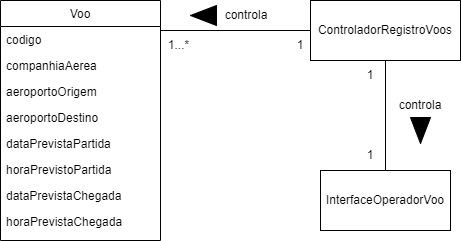
Earlier version of the draw.io export docs/images/diagrama_classes_cadastrar.png (franos-pj/PCS3643-Grupo7). Source tidied: cells renumbered, new cells last; positions are measured from the earlier drawing's top-left corner, leaving out a move shared by most shapes. The source it was exported from:
```xml
<mxGraphModel>
  <root>
    <mxCell id="0" />
    <mxCell id="1" parent="0" />
    <mxCell id="2" value="Voo" style="swimlane;fontStyle=0;align=center;verticalAlign=top;horizontal=1;startSize=26;rounded=0;shadow=0;strokeWidth=1;" parent="1" vertex="1">
      <mxGeometry width="160" height="240" as="geometry" />
    </mxCell>
    <mxCell id="3" value="codigo" style="text;align=left;verticalAlign=top;spacingLeft=4;spacingRight=4;overflow=hidden;" parent="2" vertex="1">
      <mxGeometry y="26" width="160" height="26" as="geometry" />
    </mxCell>
    <mxCell id="4" value="companhiaAerea" style="text;align=left;verticalAlign=top;spacingLeft=4;spacingRight=4;overflow=hidden;points=[[0,0.5],[1,0.5]];portConstraint=eastwest;" parent="2" vertex="1">
      <mxGeometry y="52" width="160" height="26" as="geometry" />
    </mxCell>
    <mxCell id="5" value="aeroportoOrigem" style="text;align=left;verticalAlign=top;spacingLeft=4;spacingRight=4;overflow=hidden;" parent="2" vertex="1">
      <mxGeometry y="78" width="160" height="26" as="geometry" />
    </mxCell>
    <mxCell id="6" value="aeroportoDestino" style="text;align=left;verticalAlign=top;spacingLeft=4;spacingRight=4;overflow=hidden;" parent="2" vertex="1">
      <mxGeometry y="104" width="160" height="26" as="geometry" />
    </mxCell>
    <mxCell id="7" value="dataPrevistaPartida" style="text;align=left;verticalAlign=top;spacingLeft=4;spacingRight=4;overflow=hidden;" parent="2" vertex="1">
      <mxGeometry y="130" width="160" height="26" as="geometry" />
    </mxCell>
    <mxCell id="8" value="horaPrevistoPartida" style="text;align=left;verticalAlign=top;spacingLeft=4;spacingRight=4;overflow=hidden;" parent="2" vertex="1">
      <mxGeometry y="156" width="160" height="26" as="geometry" />
    </mxCell>
    <mxCell id="9" value="dataPrevistaChegada" style="text;align=left;verticalAlign=top;spacingLeft=4;spacingRight=4;overflow=hidden;points=[[0,0.5],[1,0.5]];portConstraint=eastwest;" parent="2" vertex="1">
      <mxGeometry y="182" width="160" height="26" as="geometry" />
    </mxCell>
    <mxCell id="10" value="horaPrevistaChegada" style="text;align=left;verticalAlign=top;spacingLeft=4;spacingRight=4;overflow=hidden;" parent="2" vertex="1">
      <mxGeometry y="208" width="160" height="26" as="geometry" />
    </mxCell>
    <mxCell id="11" value="InterfaceOperadorVoo" style="rounded=0;whiteSpace=wrap;html=1;" parent="1" vertex="1">
      <mxGeometry x="320" y="170" width="130" height="60" as="geometry" />
    </mxCell>
    <mxCell id="12" value="ControladorRegistroVoos" style="rounded=0;whiteSpace=wrap;html=1;" parent="1" vertex="1">
      <mxGeometry x="310" width="150" height="60" as="geometry" />
    </mxCell>
    <mxCell id="13" style="endArrow=none;html=1;rounded=0;entryX=0;entryY=0.5;entryDx=0;entryDy=0;" parent="1" edge="1" target="12">
      <mxGeometry relative="1" as="geometry">
        <mxPoint x="160" y="30" as="sourcePoint" />
      </mxGeometry>
    </mxCell>
    <mxCell id="14" style="triangle;whiteSpace=wrap;html=1;fillColor=#000000;rotation=-180;" parent="1" vertex="1">
      <mxGeometry x="190" y="5" width="26" height="20" as="geometry" />
    </mxCell>
    <mxCell id="15" style="endArrow=none;html=1;rounded=0;exitX=0.5;exitY=0;exitDx=0;exitDy=0;" parent="1" edge="1" source="11">
      <mxGeometry relative="1" as="geometry">
        <mxPoint x="385" y="60" as="targetPoint" />
      </mxGeometry>
    </mxCell>
    <mxCell id="16" value="controla" style="text;html=1;strokeColor=none;fillColor=none;align=center;verticalAlign=middle;whiteSpace=wrap;rounded=0;" parent="1" vertex="1">
      <mxGeometry x="216" width="60" height="30" as="geometry" />
    </mxCell>
    <mxCell id="17" style="triangle;whiteSpace=wrap;html=1;fillColor=#000000;rotation=90;" parent="1" vertex="1">
      <mxGeometry x="407" y="120" width="26" height="20" as="geometry" />
    </mxCell>
    <mxCell id="18" value="controla" style="text;html=1;strokeColor=none;fillColor=none;align=center;verticalAlign=middle;whiteSpace=wrap;rounded=0;" parent="1" vertex="1">
      <mxGeometry x="390" y="90" width="60" height="30" as="geometry" />
    </mxCell>
    <mxCell id="19" value="1...*" style="text;html=1;strokeColor=none;fillColor=none;align=center;verticalAlign=middle;whiteSpace=wrap;rounded=0;" parent="1" vertex="1">
      <mxGeometry x="160" y="30" width="37" height="30" as="geometry" />
    </mxCell>
    <mxCell id="20" value="1" style="text;html=1;strokeColor=none;fillColor=none;align=center;verticalAlign=middle;whiteSpace=wrap;rounded=0;" parent="1" vertex="1">
      <mxGeometry x="290" y="30" width="20" height="30" as="geometry" />
    </mxCell>
    <mxCell id="21" value="1" style="text;html=1;strokeColor=none;fillColor=none;align=center;verticalAlign=middle;whiteSpace=wrap;rounded=0;" parent="1" vertex="1">
      <mxGeometry x="360" y="60" width="20" height="30" as="geometry" />
    </mxCell>
    <mxCell id="22" value="1" style="text;html=1;strokeColor=none;fillColor=none;align=center;verticalAlign=middle;whiteSpace=wrap;rounded=0;" parent="1" vertex="1">
      <mxGeometry x="360" y="140" width="20" height="30" as="geometry" />
    </mxCell>
  </root>
</mxGraphModel>
```
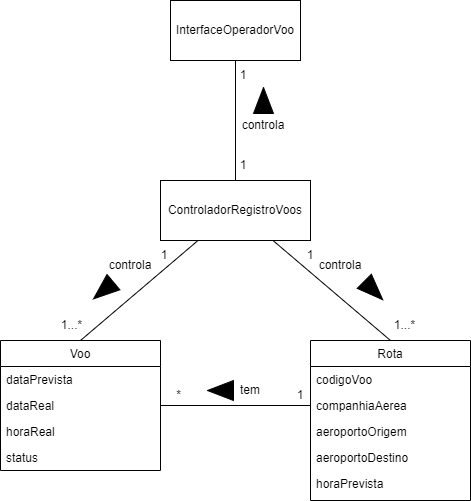
The same file after the commit.

Change to the diagram source:
```diff
@@ -3,71 +3,103 @@
     <mxCell id="0" />
     <mxCell id="1" parent="0" />
     <mxCell id="2" value="Voo" style="swimlane;fontStyle=0;align=center;verticalAlign=top;horizontal=1;startSize=26;rounded=0;shadow=0;strokeWidth=1;" parent="1" vertex="1">
-      <mxGeometry width="160" height="240" as="geometry" />
+      <mxGeometry x="150" y="160" width="160" height="130" as="geometry" />
     </mxCell>
-    <mxCell id="3" value="codigo" style="text;align=left;verticalAlign=top;spacingLeft=4;spacingRight=4;overflow=hidden;" parent="2" vertex="1">
-      <mxGeometry y="26" width="160" height="26" as="geometry" />
-    </mxCell>
-    <mxCell id="4" value="companhiaAerea" style="text;align=left;verticalAlign=top;spacingLeft=4;spacingRight=4;overflow=hidden;points=[[0,0.5],[1,0.5]];portConstraint=eastwest;" parent="2" vertex="1">
-      <mxGeometry y="52" width="160" height="26" as="geometry" />
-    </mxCell>
-    <mxCell id="5" value="aeroportoOrigem" style="text;align=left;verticalAlign=top;spacingLeft=4;spacingRight=4;overflow=hidden;" parent="2" vertex="1">
-      <mxGeometry y="78" width="160" height="26" as="geometry" />
-    </mxCell>
-    <mxCell id="6" value="aeroportoDestino" style="text;align=left;verticalAlign=top;spacingLeft=4;spacingRight=4;overflow=hidden;" parent="2" vertex="1">
-      <mxGeometry y="104" width="160" height="26" as="geometry" />
-    </mxCell>
-    <mxCell id="7" value="dataPrevistaPartida" style="text;align=left;verticalAlign=top;spacingLeft=4;spacingRight=4;overflow=hidden;" parent="2" vertex="1">
-      <mxGeometry y="130" width="160" height="26" as="geometry" />
+    <mxCell id="7" value="dataPrevista" style="text;align=left;verticalAlign=top;spacingLeft=4;spacingRight=4;overflow=hidden;" parent="2" vertex="1">
+      <mxGeometry y="26" width="160" height="26" as="geometry" />
     </mxCell>
-    <mxCell id="8" value="horaPrevistoPartida" style="text;align=left;verticalAlign=top;spacingLeft=4;spacingRight=4;overflow=hidden;" parent="2" vertex="1">
-      <mxGeometry y="156" width="160" height="26" as="geometry" />
-    </mxCell>
-    <mxCell id="9" value="dataPrevistaChegada" style="text;align=left;verticalAlign=top;spacingLeft=4;spacingRight=4;overflow=hidden;points=[[0,0.5],[1,0.5]];portConstraint=eastwest;" parent="2" vertex="1">
-      <mxGeometry y="182" width="160" height="26" as="geometry" />
+    <mxCell id="9" value="dataReal" style="text;align=left;verticalAlign=top;spacingLeft=4;spacingRight=4;overflow=hidden;points=[[0,0.5],[1,0.5]];portConstraint=eastwest;" parent="2" vertex="1">
+      <mxGeometry y="52" width="160" height="26" as="geometry" />
     </mxCell>
-    <mxCell id="10" value="horaPrevistaChegada" style="text;align=left;verticalAlign=top;spacingLeft=4;spacingRight=4;overflow=hidden;" parent="2" vertex="1">
-      <mxGeometry y="208" width="160" height="26" as="geometry" />
+    <mxCell id="10" value="horaReal" style="text;align=left;verticalAlign=top;spacingLeft=4;spacingRight=4;overflow=hidden;" parent="2" vertex="1">
+      <mxGeometry y="78" width="160" height="26" as="geometry" />
     </mxCell>
+    <mxCell id="23" value="status" style="text;align=left;verticalAlign=top;spacingLeft=4;spacingRight=4;overflow=hidden;" parent="2" vertex="1">
+      <mxGeometry y="104" width="160" height="26" as="geometry" />
+    </mxCell>
     <mxCell id="11" value="InterfaceOperadorVoo" style="rounded=0;whiteSpace=wrap;html=1;" parent="1" vertex="1">
-      <mxGeometry x="320" y="170" width="130" height="60" as="geometry" />
+      <mxGeometry x="320" y="-180" width="130" height="60" as="geometry" />
     </mxCell>
     <mxCell id="12" value="ControladorRegistroVoos" style="rounded=0;whiteSpace=wrap;html=1;" parent="1" vertex="1">
       <mxGeometry x="310" width="150" height="60" as="geometry" />
     </mxCell>
-    <mxCell id="13" style="endArrow=none;html=1;rounded=0;entryX=0;entryY=0.5;entryDx=0;entryDy=0;" parent="1" edge="1" target="12">
-      <mxGeometry relative="1" as="geometry">
-        <mxPoint x="160" y="30" as="sourcePoint" />
-      </mxGeometry>
+    <mxCell id="13" style="endArrow=none;html=1;rounded=0;entryX=0.25;entryY=1;entryDx=0;entryDy=0;exitX=0.5;exitY=0;exitDx=0;exitDy=0;" parent="1" edge="1" source="2" target="12">
+      <mxGeometry relative="1" as="geometry" />
     </mxCell>
-    <mxCell id="14" style="triangle;whiteSpace=wrap;html=1;fillColor=#000000;rotation=-180;" parent="1" vertex="1">
-      <mxGeometry x="190" y="5" width="26" height="20" as="geometry" />
+    <mxCell id="14" style="triangle;whiteSpace=wrap;html=1;fillColor=#000000;rotation=-220;" parent="1" vertex="1">
+      <mxGeometry x="240" y="100" width="26" height="20" as="geometry" />
     </mxCell>
-    <mxCell id="15" style="endArrow=none;html=1;rounded=0;exitX=0.5;exitY=0;exitDx=0;exitDy=0;" parent="1" edge="1" source="11">
-      <mxGeometry relative="1" as="geometry">
-        <mxPoint x="385" y="60" as="targetPoint" />
-      </mxGeometry>
+    <mxCell id="15" style="endArrow=none;html=1;rounded=0;exitX=0.5;exitY=1;exitDx=0;exitDy=0;entryX=0.5;entryY=0;entryDx=0;entryDy=0;" parent="1" edge="1" source="11" target="12">
+      <mxGeometry relative="1" as="geometry" />
     </mxCell>
     <mxCell id="16" value="controla" style="text;html=1;strokeColor=none;fillColor=none;align=center;verticalAlign=middle;whiteSpace=wrap;rounded=0;" parent="1" vertex="1">
-      <mxGeometry x="216" width="60" height="30" as="geometry" />
+      <mxGeometry x="250" y="70" width="60" height="30" as="geometry" />
     </mxCell>
-    <mxCell id="17" style="triangle;whiteSpace=wrap;html=1;fillColor=#000000;rotation=90;" parent="1" vertex="1">
-      <mxGeometry x="407" y="120" width="26" height="20" as="geometry" />
+    <mxCell id="17" style="triangle;whiteSpace=wrap;html=1;fillColor=#000000;rotation=-90;" parent="1" vertex="1">
+      <mxGeometry x="400" y="-90" width="26" height="20" as="geometry" />
     </mxCell>
     <mxCell id="18" value="controla" style="text;html=1;strokeColor=none;fillColor=none;align=center;verticalAlign=middle;whiteSpace=wrap;rounded=0;" parent="1" vertex="1">
-      <mxGeometry x="390" y="90" width="60" height="30" as="geometry" />
+      <mxGeometry x="383" y="-70" width="60" height="30" as="geometry" />
     </mxCell>
     <mxCell id="19" value="1...*" style="text;html=1;strokeColor=none;fillColor=none;align=center;verticalAlign=middle;whiteSpace=wrap;rounded=0;" parent="1" vertex="1">
-      <mxGeometry x="160" y="30" width="37" height="30" as="geometry" />
+      <mxGeometry x="203" y="130" width="37" height="30" as="geometry" />
     </mxCell>
     <mxCell id="20" value="1" style="text;html=1;strokeColor=none;fillColor=none;align=center;verticalAlign=middle;whiteSpace=wrap;rounded=0;" parent="1" vertex="1">
-      <mxGeometry x="290" y="30" width="20" height="30" as="geometry" />
+      <mxGeometry x="383" y="-120" width="20" height="30" as="geometry" />
     </mxCell>
     <mxCell id="21" value="1" style="text;html=1;strokeColor=none;fillColor=none;align=center;verticalAlign=middle;whiteSpace=wrap;rounded=0;" parent="1" vertex="1">
-      <mxGeometry x="360" y="60" width="20" height="30" as="geometry" />
+      <mxGeometry x="383" y="-30" width="20" height="30" as="geometry" />
     </mxCell>
-    <mxCell id="22" value="1" style="text;html=1;strokeColor=none;fillColor=none;align=center;verticalAlign=middle;whiteSpace=wrap;rounded=0;" parent="1" vertex="1">
-      <mxGeometry x="360" y="140" width="20" height="30" as="geometry" />
-    </mxCell>
+    <mxCell id="24" value="Rota" style="swimlane;fontStyle=0;align=center;verticalAlign=top;horizontal=1;startSize=26;rounded=0;shadow=0;strokeWidth=1;" parent="1" vertex="1">
+      <mxGeometry x="460" y="160" width="160" height="160" as="geometry" />
+    </mxCell>
+    <mxCell id="25" value="codigoVoo" style="text;align=left;verticalAlign=top;spacingLeft=4;spacingRight=4;overflow=hidden;" parent="24" vertex="1">
+      <mxGeometry y="26" width="160" height="26" as="geometry" />
+    </mxCell>
+    <mxCell id="4" value="companhiaAerea" style="text;align=left;verticalAlign=top;spacingLeft=4;spacingRight=4;overflow=hidden;points=[[0,0.5],[1,0.5]];portConstraint=eastwest;" parent="24" vertex="1">
+      <mxGeometry y="52" width="160" height="26" as="geometry" />
+    </mxCell>
+    <mxCell id="5" value="aeroportoOrigem" style="text;align=left;verticalAlign=top;spacingLeft=4;spacingRight=4;overflow=hidden;" parent="24" vertex="1">
+      <mxGeometry y="78" width="160" height="26" as="geometry" />
+    </mxCell>
+    <mxCell id="6" value="aeroportoDestino" style="text;align=left;verticalAlign=top;spacingLeft=4;spacingRight=4;overflow=hidden;" parent="24" vertex="1">
+      <mxGeometry y="104" width="160" height="26" as="geometry" />
+    </mxCell>
+    <mxCell id="26" value="horaPrevista" style="text;align=left;verticalAlign=top;spacingLeft=4;spacingRight=4;overflow=hidden;" parent="24" vertex="1">
+      <mxGeometry y="130" width="160" height="26" as="geometry" />
+    </mxCell>
+    <mxCell id="27" style="endArrow=none;html=1;rounded=0;entryX=0.75;entryY=1;entryDx=0;entryDy=0;exitX=0.5;exitY=0;exitDx=0;exitDy=0;" parent="1" edge="1" source="24" target="12">
+      <mxGeometry relative="1" as="geometry" />
+    </mxCell>
+    <mxCell id="28" value="controla" style="text;html=1;strokeColor=none;fillColor=none;align=center;verticalAlign=middle;whiteSpace=wrap;rounded=0;" parent="1" vertex="1">
+      <mxGeometry x="460" y="70" width="60" height="30" as="geometry" />
+    </mxCell>
+    <mxCell id="29" style="triangle;whiteSpace=wrap;html=1;fillColor=#000000;rotation=45;" parent="1" vertex="1">
+      <mxGeometry x="510" y="100" width="26" height="20" as="geometry" />
+    </mxCell>
+    <mxCell id="30" value="1...*" style="text;html=1;strokeColor=none;fillColor=none;align=center;verticalAlign=middle;whiteSpace=wrap;rounded=0;" parent="1" vertex="1">
+      <mxGeometry x="536" y="130" width="37" height="30" as="geometry" />
+    </mxCell>
+    <mxCell id="31" value="1" style="text;html=1;strokeColor=none;fillColor=none;align=center;verticalAlign=middle;whiteSpace=wrap;rounded=0;" parent="1" vertex="1">
+      <mxGeometry x="304" y="60" width="20" height="30" as="geometry" />
+    </mxCell>
+    <mxCell id="32" value="1" style="text;html=1;strokeColor=none;fillColor=none;align=center;verticalAlign=middle;whiteSpace=wrap;rounded=0;" parent="1" vertex="1">
+      <mxGeometry x="450" y="60" width="20" height="30" as="geometry" />
+    </mxCell>
+    <mxCell id="33" style="endArrow=none;html=1;rounded=0;entryX=0;entryY=0.5;entryDx=0;entryDy=0;exitX=1;exitY=0.5;exitDx=0;exitDy=0;" parent="1" edge="1" source="9" target="4">
+      <mxGeometry relative="1" as="geometry" />
+    </mxCell>
+    <mxCell id="34" value="1" style="text;html=1;strokeColor=none;fillColor=none;align=center;verticalAlign=middle;whiteSpace=wrap;rounded=0;" parent="1" vertex="1">
+      <mxGeometry x="440" y="200" width="20" height="30" as="geometry" />
+    </mxCell>
+    <mxCell id="35" value="*" style="text;html=1;strokeColor=none;fillColor=none;align=center;verticalAlign=middle;whiteSpace=wrap;rounded=0;" parent="1" vertex="1">
+      <mxGeometry x="310" y="200" width="37" height="30" as="geometry" />
+    </mxCell>
+    <mxCell id="36" value="tem" style="text;html=1;strokeColor=none;fillColor=none;align=center;verticalAlign=middle;whiteSpace=wrap;rounded=0;" parent="1" vertex="1">
+      <mxGeometry x="370" y="195" width="60" height="30" as="geometry" />
+    </mxCell>
+    <mxCell id="37" style="triangle;whiteSpace=wrap;html=1;fillColor=#000000;rotation=-180;" parent="1" vertex="1">
+      <mxGeometry x="357" y="200" width="26" height="20" as="geometry" />
+    </mxCell>
   </root>
 </mxGraphModel>
```
